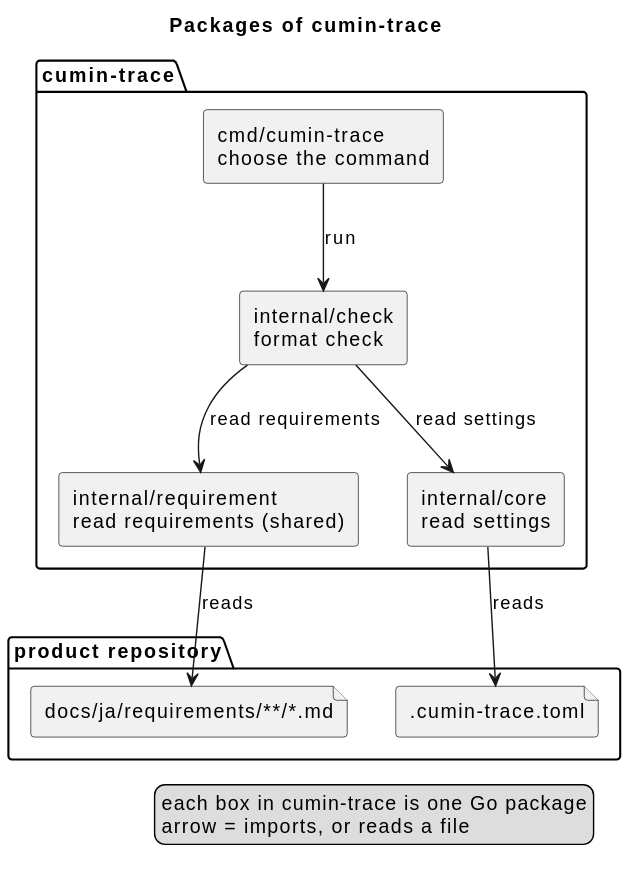
The PlantUML diagram docs/ja/architecture/overview.svg in cloveclovedev/cumin-trace, before a commit.
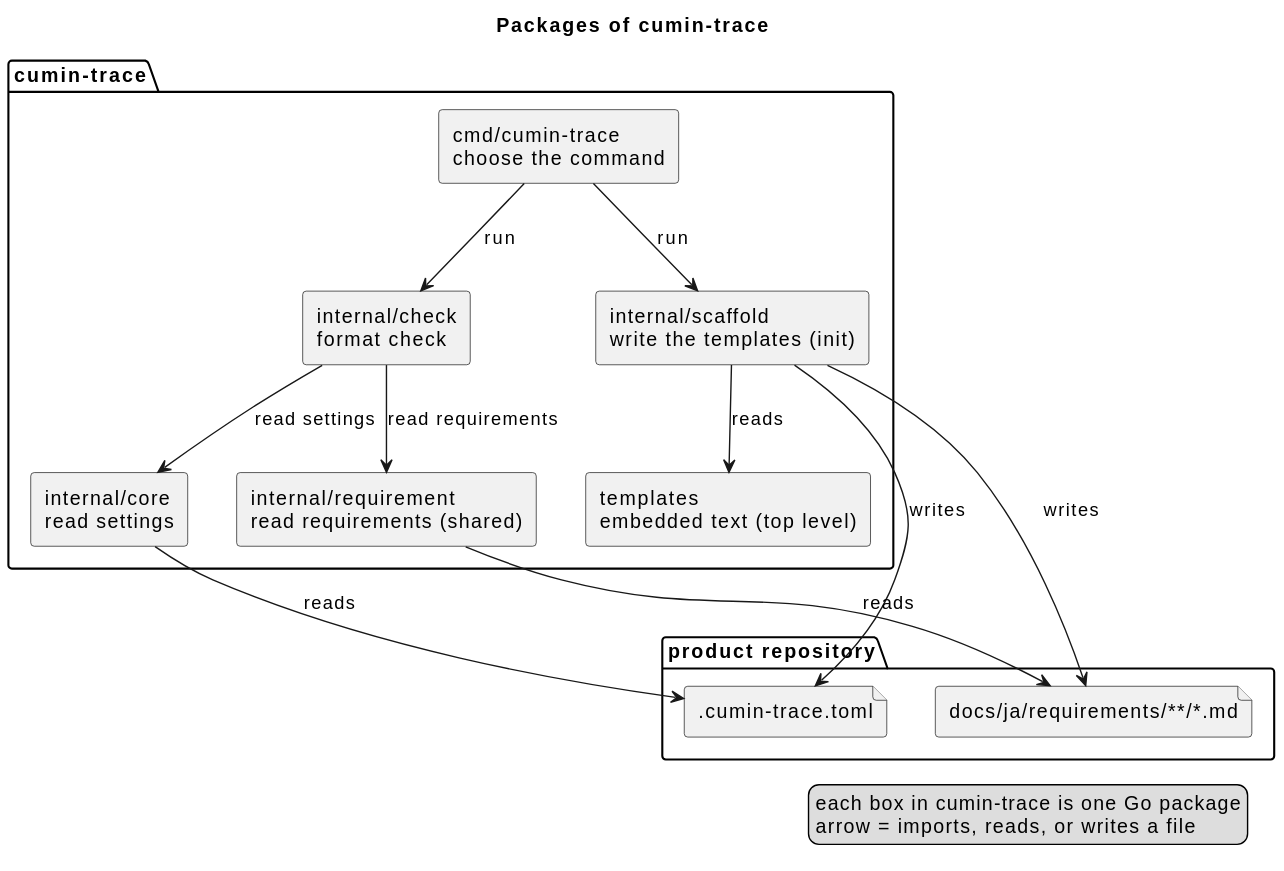
Above is the later version.

What changed in the source:
```diff
@@ -13,9 +13,15 @@
   [internal/check\nformat check] as check
   [internal/requirement\nread requirements (shared)] as requirement
   [internal/core\nread settings] as core
+  [internal/scaffold\nwrite the templates (init)] as scaffold
+  [templates\nembedded text (top level)] as templates
 }
 
 cmd --> check : run
+cmd --> scaffold : run
+scaffold --> templates : reads
+scaffold --> toml : writes
+scaffold --> docs : writes
 check --> requirement : read requirements
 check --> core : read settings
 core --> toml : reads
@@ -23,6 +29,6 @@
 
 legend right
   each box in cumin-trace is one Go package
-  arrow = imports, or reads a file
+  arrow = imports, reads, or writes a file
 endlegend
 @enduml
```
